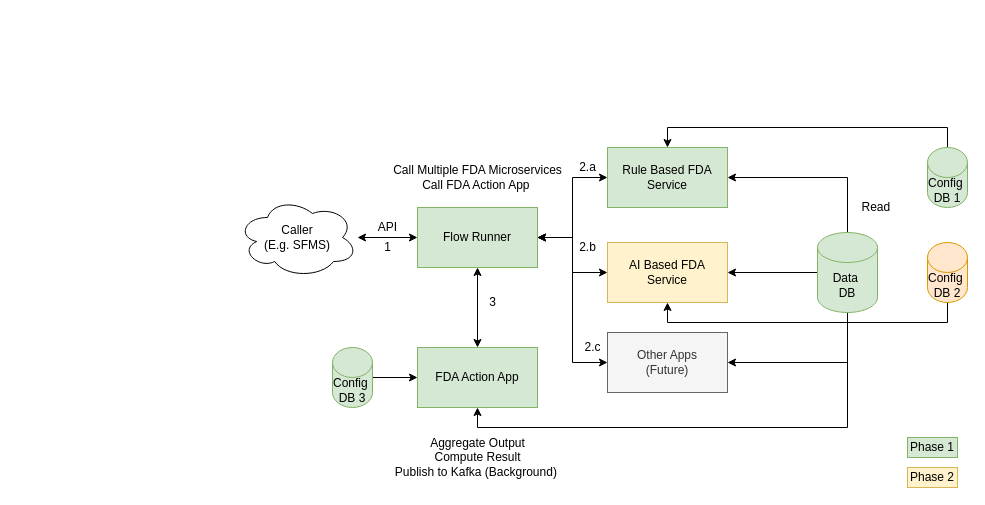
Before: FDA Flow.drawio in pra1had/drawings, a draw.io diagram. Source tidied: cells renumbered, new cells numbered last; positions are measured from the earlier drawing's top-left corner, leaving out a move shared by most shapes. Both pictures are drawn from the tidied source at 100%, with x=0, y=0 at pixel (237, 147).
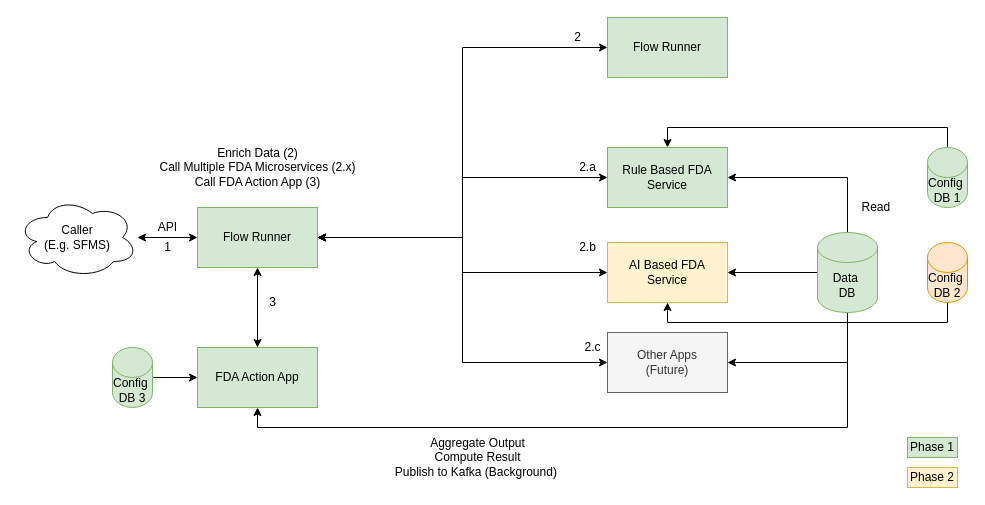
The same page after the edit.

The edit, as a diff of the source:
```diff
@@
+    <mxCell id="35" style="edgeStyle=orthogonalEdgeStyle;rounded=0;jettySize=auto;html=1;entryX=0;entryY=0.5;entryDx=0;entryDy=0;" parent="1" edge="1" source="4" target="36">
+      <mxGeometry relative="1" as="geometry" />
+    </mxCell>
     <mxCell id="4" value="Flow Runner" style="rounded=0;whiteSpace=wrap;html=1;fillColor=#d5e8d4;strokeColor=#82b366;" parent="1" vertex="1">
-      <mxGeometry x="180" y="60" width="120" height="60" as="geometry" />
+      <mxGeometry x="-40" y="60" width="120" height="60" as="geometry" />
     </mxCell>
@@
     <mxCell id="6" value="Caller&lt;br&gt;(E.g. SFMS)" style="ellipse;shape=cloud;whiteSpace=wrap;html=1;" parent="1" vertex="1">
-      <mxGeometry y="50" width="120" height="80" as="geometry" />
+      <mxGeometry x="-220" y="50" width="120" height="80" as="geometry" />
     </mxCell>
     <mxCell id="7" value="API" style="text;html=1;align=center;verticalAlign=middle;strokeColor=none;fillColor=none;" parent="1" vertex="1">
-      <mxGeometry x="130" y="65" width="40" height="30" as="geometry" />
+      <mxGeometry x="-90" y="65" width="40" height="30" as="geometry" />
     </mxCell>
-    <mxCell id="8" value="Call Multiple FDA Microservices&lt;br&gt;Call FDA Action App&amp;nbsp;" style="text;html=1;align=center;verticalAlign=middle;strokeColor=none;fillColor=none;" parent="1" vertex="1">
-      <mxGeometry x="145" y="10" width="190" height="40" as="geometry" />
+    <mxCell id="8" value="Enrich Data (2)&lt;br&gt;Call Multiple FDA Microservices (2.x)&lt;br&gt;Call FDA Action App (3)" style="text;html=1;align=center;verticalAlign=middle;strokeColor=none;fillColor=none;" parent="1" vertex="1">
+      <mxGeometry x="-90" y="-10" width="220" height="60" as="geometry" />
     </mxCell>
@@
     <mxCell id="14" value="FDA Action App" style="whiteSpace=wrap;html=1;rounded=0;fillColor=#d5e8d4;strokeColor=#82b366;" parent="1" vertex="1">
-      <mxGeometry x="180" y="200" width="120" height="60" as="geometry" />
+      <mxGeometry x="-40" y="200" width="120" height="60" as="geometry" />
     </mxCell>
@@
     <mxCell id="22" value="1" style="text;html=1;align=center;verticalAlign=middle;strokeColor=none;fillColor=none;" parent="1" vertex="1">
-      <mxGeometry x="135" y="85" width="30" height="30" as="geometry" />
+      <mxGeometry x="-85" y="85" width="30" height="30" as="geometry" />
     </mxCell>
@@
     <mxCell id="26" value="3" style="text;html=1;align=center;verticalAlign=middle;strokeColor=none;fillColor=none;" parent="1" vertex="1">
-      <mxGeometry x="240" y="140" width="30" height="30" as="geometry" />
+      <mxGeometry x="20" y="140" width="30" height="30" as="geometry" />
     </mxCell>
@@
     <mxCell id="32" value="Config&amp;nbsp;&lt;br&gt;DB 3" style="shape=cylinder3;whiteSpace=wrap;html=1;boundedLbl=1;backgroundOutline=1;size=15;fillColor=#d5e8d4;strokeColor=#82b366;" parent="1" vertex="1">
-      <mxGeometry x="95" y="200" width="40" height="60" as="geometry" />
+      <mxGeometry x="-125" y="200" width="40" height="60" as="geometry" />
     </mxCell>
@@
+    <mxCell id="36" value="Flow Runner" style="rounded=0;whiteSpace=wrap;html=1;fillColor=#d5e8d4;strokeColor=#82b366;" parent="1" vertex="1">
+      <mxGeometry x="370" y="-130" width="120" height="60" as="geometry" />
+    </mxCell>
+    <mxCell id="37" value="2" style="text;html=1;align=center;verticalAlign=middle;strokeColor=none;fillColor=none;" parent="1" vertex="1">
+      <mxGeometry x="325" y="-125" width="30" height="30" as="geometry" />
+    </mxCell>
```
